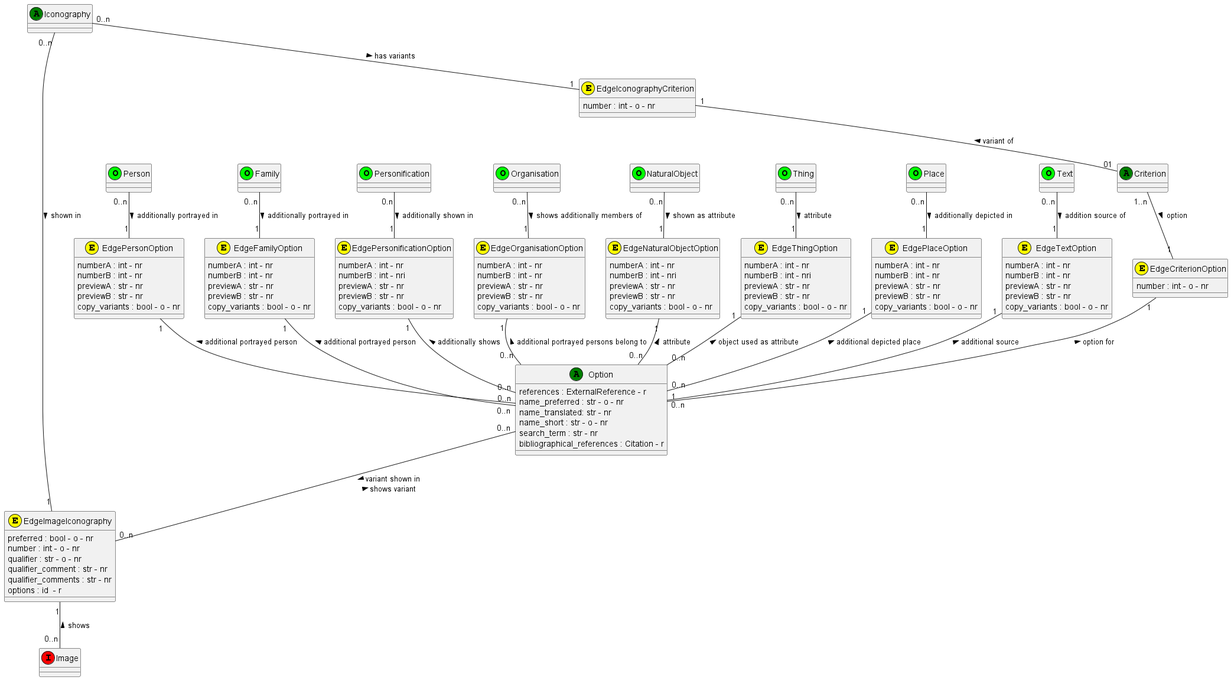
This is documentation/class_diagrams/Option.png from tmasch/bpf_be, a PlantUML export, as it was before one commit.
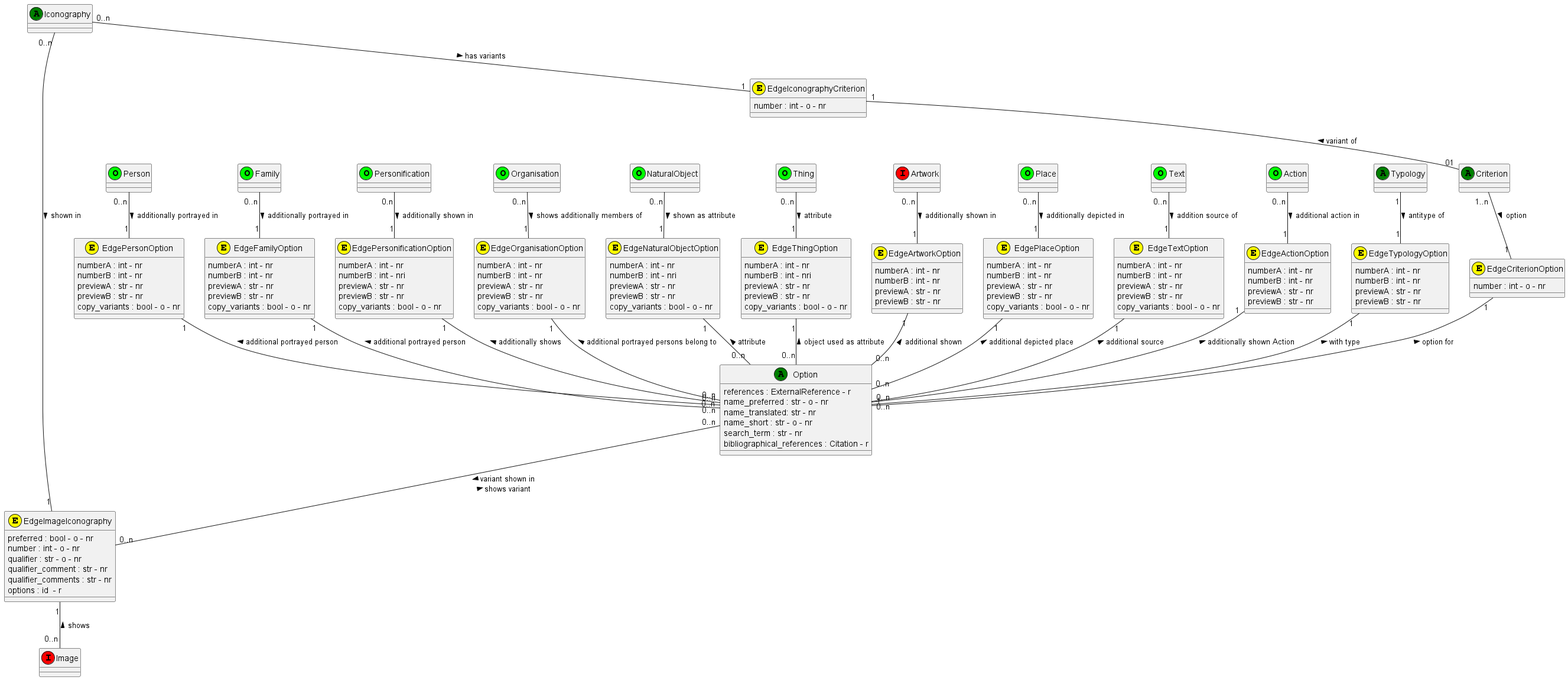
The same file after the commit.

What changed in the source:
```diff
@@ -8,6 +8,7 @@
 Option : search_term : str - nr
 Option : bibliographical_references : Citation - r
 
+class Criterion <<(A,green)>>
 
 class Person <<(O,lime)>>
 
@@ -19,15 +20,20 @@
 
 class NaturalObject <<(O,lime)>>
 
+class Artwork <<(I,red)>>
+
 class Thing <<(O,lime)>>
 
 class Place <<(O,lime)>>
 
 class Text <<(O,lime)>>
 
+class Action <<(O,lime)>>
+
+class Typology <<(A,green)>>
+
 class Iconography <<(A,green)>>
 
-class Criterion <<(A,green)>>
 
 class Image <<(I,red)>>
 
@@ -79,6 +85,12 @@
 EdgeThingOption : previewB : str - nr
 EdgeThingOption : copy_variants : bool - o - nr
 
+class EdgeArtworkOption << (E,yellow) >>
+EdgeArtworkOption : numberA : int - nr
+EdgeArtworkOption : numberB : int - nr
+EdgeArtworkOption : previewA : str - nr
+EdgeArtworkOption : previewB : str - nr
+
 class EdgePlaceOption <<(E,yellow)>>
 EdgePlaceOption : numberA : int - nr
 EdgePlaceOption : numberB : int - nr
@@ -93,6 +105,21 @@
 EdgeTextOption : previewB : str - nr
 EdgeTextOption : copy_variants : bool - o - nr
 
+class EdgeActionOption <<(E,yellow)>>
+EdgeActionOption : numberA : int - nr
+EdgeActionOption : numberB : int - nr
+EdgeActionOption : previewA : str - nr
+EdgeActionOption : previewB : str - nr
+
+class EdgeTypologyOption <<(E,yellow)>>
+EdgeTypologyOption : numberA : int - nr
+EdgeTypologyOption : numberB : int - nr
+EdgeTypologyOption : previewA : str - nr
+EdgeTypologyOption : previewB : str - nr
+
+
+
+
 class EdgeImageIconography <<(E,yellow)>>
 EdgeImageIconography : preferred : bool - o - nr
 EdgeImageIconography : number : int - o - nr
@@ -105,7 +132,6 @@
 
 Iconography "0..n" -- "1" EdgeIconographyCriterion : has variants >
 EdgeIconographyCriterion "1" -- "01" Criterion : variant of <
-
 
 Criterion "1..n" -- "1" EdgeCriterionOption : option >
 EdgeCriterionOption "1" -- "1" Option : < option for
@@ -128,12 +154,21 @@
 Thing "0..n" -- "1" EdgeThingOption : attribute >
 EdgeThingOption "1" -- "0..n" Option : object used as attribute <
 
+Artwork "0..n" -- "1" EdgeArtworkOption : additionally shown in >
+EdgeArtworkOption "1" -- "0..n" Option : additional shown <
+
 Place "0..n" -- "1" EdgePlaceOption : additionally depicted in >
 EdgePlaceOption "1" -- "0..n" Option : additional depicted place <
 
 Text "0..n" -- "1" EdgeTextOption : addition source of >
 EdgeTextOption "1" -- "0..n" Option : additional source <
 
+Action "0..n" -- "1" EdgeActionOption : additional action in >
+EdgeActionOption "1" -- "0..n" Option : additionally shown Action <
+
+Typology "1" -- "1" EdgeTypologyOption: antitype of >
+EdgeTypologyOption "1" -- Option: with type <
+
 Iconography "0..n" ---- "1" EdgeImageIconography: shown in >
 
 Option "0..n" -- "0..n" EdgeImageIconography : > variant shown in \n shows variant <
```
